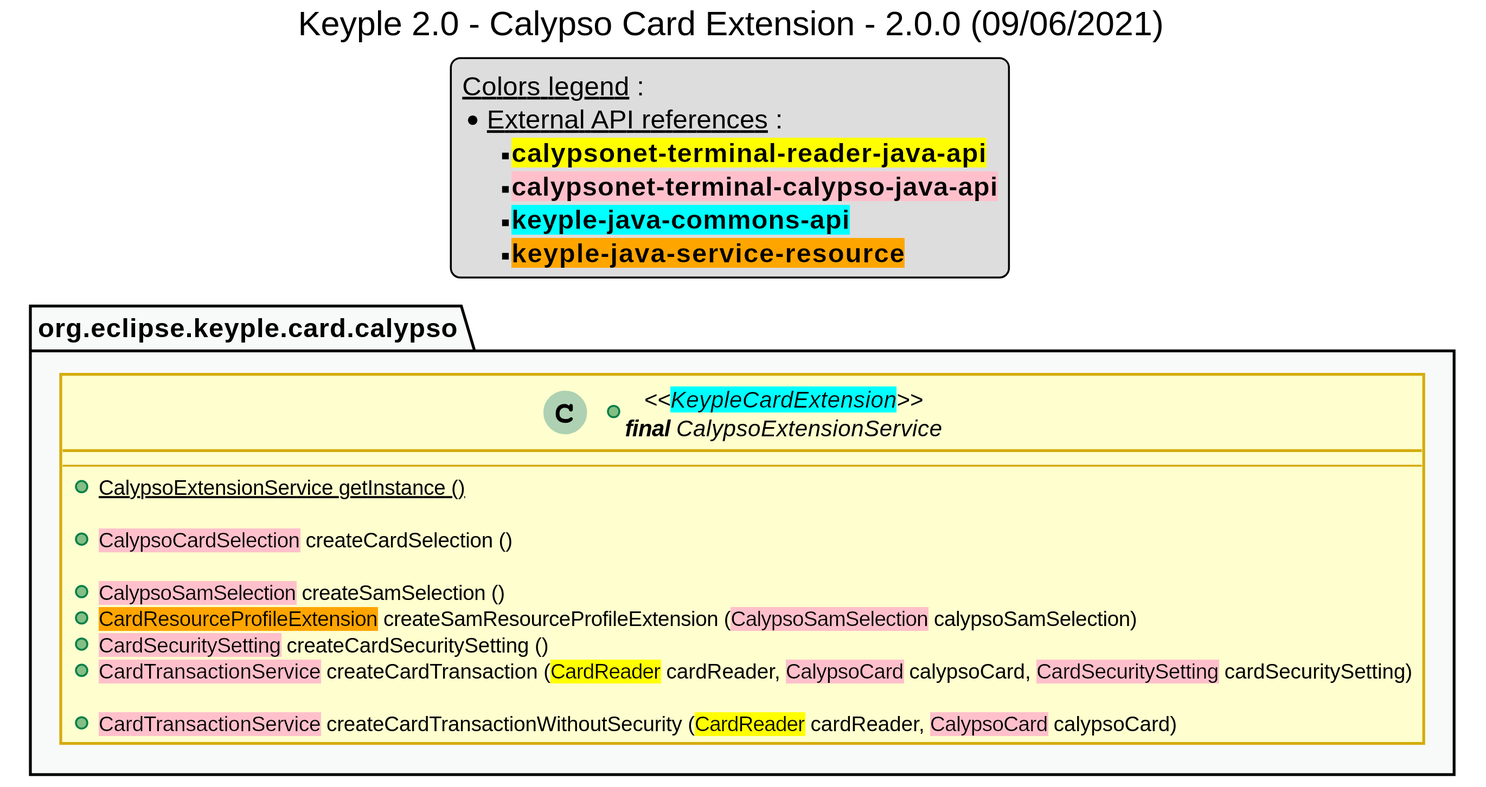
The PlantUML diagram uml/class/components/card-calypso/keyple_2_0_class_calypso_card_extension.svg in calypsonet/keyple_2_0, before a commit.
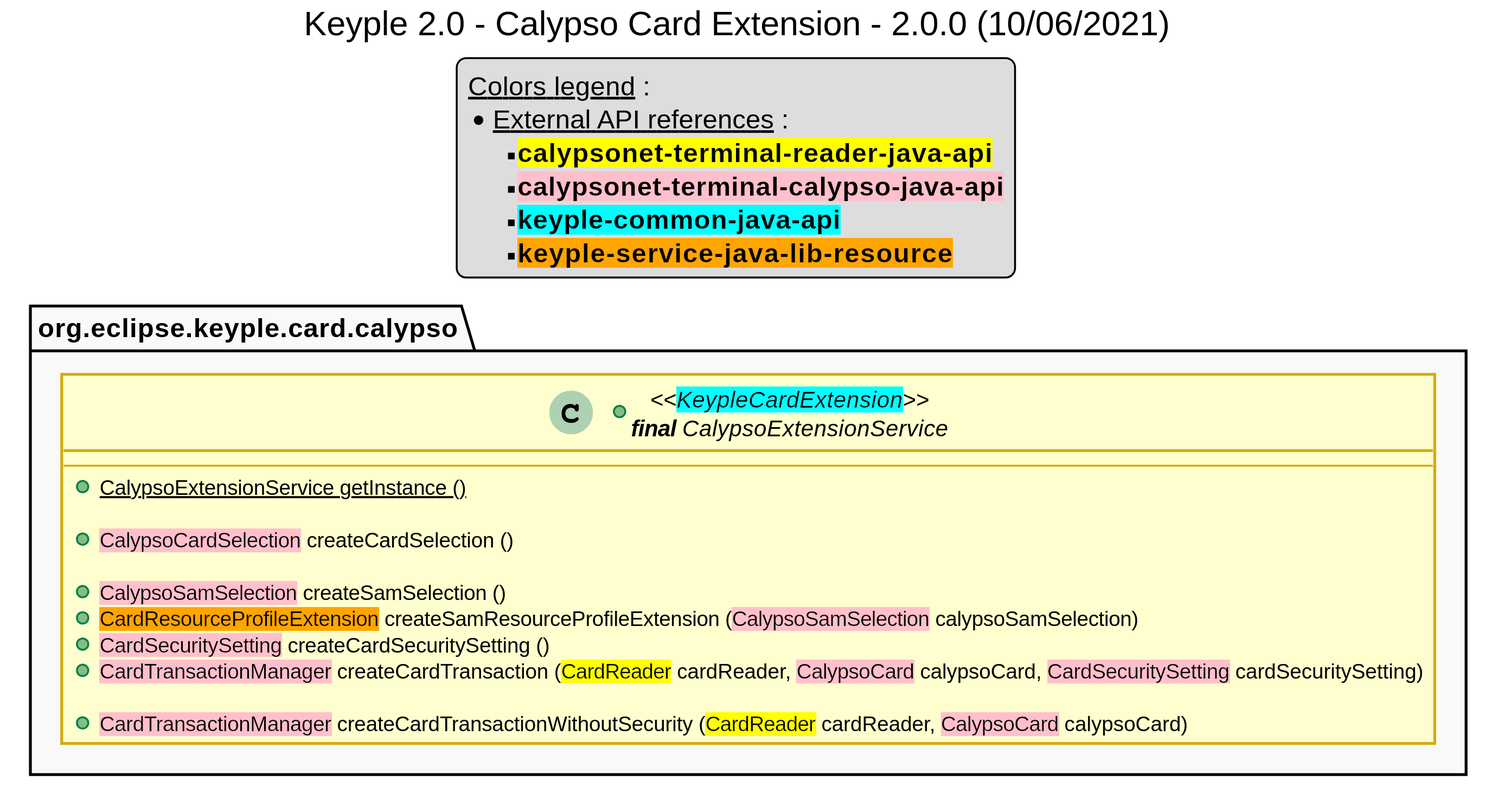
After the commit.

Diff of the diagram source:
```diff
@@ -1,6 +1,6 @@
 @startuml
 title
-    Keyple 2.0 - Calypso Card Extension - 2.0.0 (09/06/2021)
+    Keyple 2.0 - Calypso Card Extension - 2.0.0 (10/06/2021)
 end title
 
 
@@ -42,8 +42,8 @@
     * __External API references__ :
     ** <back:yellow>**calypsonet-terminal-reader-java-api**</back>
     ** <back:pink>**calypsonet-terminal-calypso-java-api**</back>
-    ** <back:cyan>**keyple-java-commons-api**</back>
-    ** <back:orange>**keyple-java-service-resource**</back>
+    ** <back:cyan>**keyple-common-java-api**</back>
+    ** <back:orange>**keyple-service-java-lib-resource**</back>
 end legend
 
 package "org.eclipse.keyple.card.calypso" as calypso {
@@ -56,9 +56,9 @@
         +<back:pink>CalypsoSamSelection</back> createSamSelection ()
         +<back:orange>CardResourceProfileExtension</back> createSamResourceProfileExtension (<back:pink>CalypsoSamSelection</back> calypsoSamSelection)
         +<back:pink>CardSecuritySetting</back> createCardSecuritySetting ()
-        +<back:pink>CardTransactionService</back> createCardTransaction (<back:yellow>CardReader</back> cardReader, <back:pink>CalypsoCard</back> calypsoCard, <back:pink>CardSecuritySetting</back> cardSecuritySetting)
+        +<back:pink>CardTransactionManager</back> createCardTransaction (<back:yellow>CardReader</back> cardReader, <back:pink>CalypsoCard</back> calypsoCard, <back:pink>CardSecuritySetting</back> cardSecuritySetting)
 
-        +<back:pink>CardTransactionService</back> createCardTransactionWithoutSecurity (<back:yellow>CardReader</back> cardReader, <back:pink>CalypsoCard</back> calypsoCard)
+        +<back:pink>CardTransactionManager</back> createCardTransactionWithoutSecurity (<back:yellow>CardReader</back> cardReader, <back:pink>CalypsoCard</back> calypsoCard)
     }
 }
 
```
